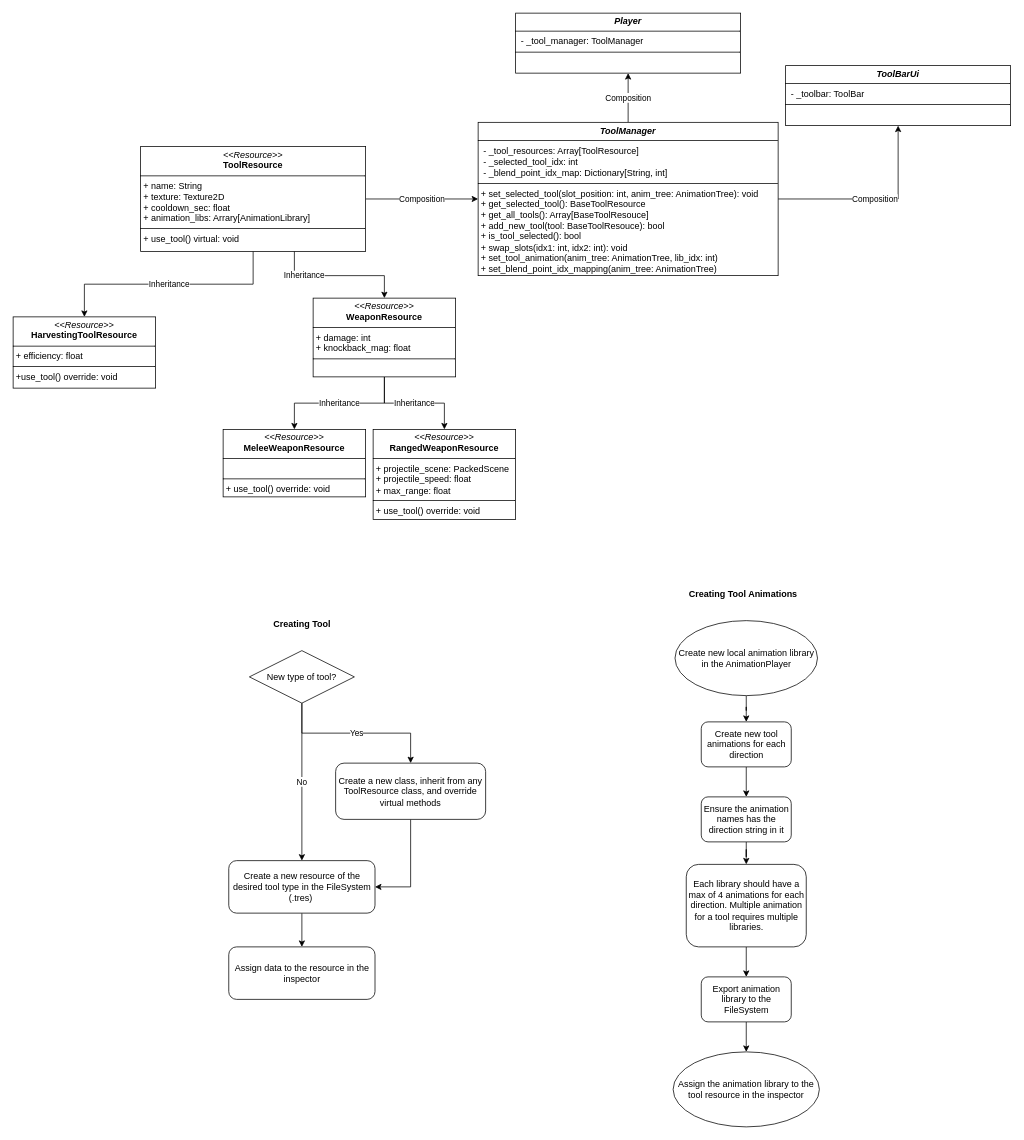
This is Diagrams/ToolManager.drawio from duncannvan/VanadelFrontier, a draw.io file, before an edit. Source tidied: cells renumbered, new cells numbered last; positions are measured from the earlier drawing's top-left corner, leaving out a move shared by most shapes. Both pictures are drawn from the tidied source at 75%, with x=0, y=0 at pixel (13, 13).
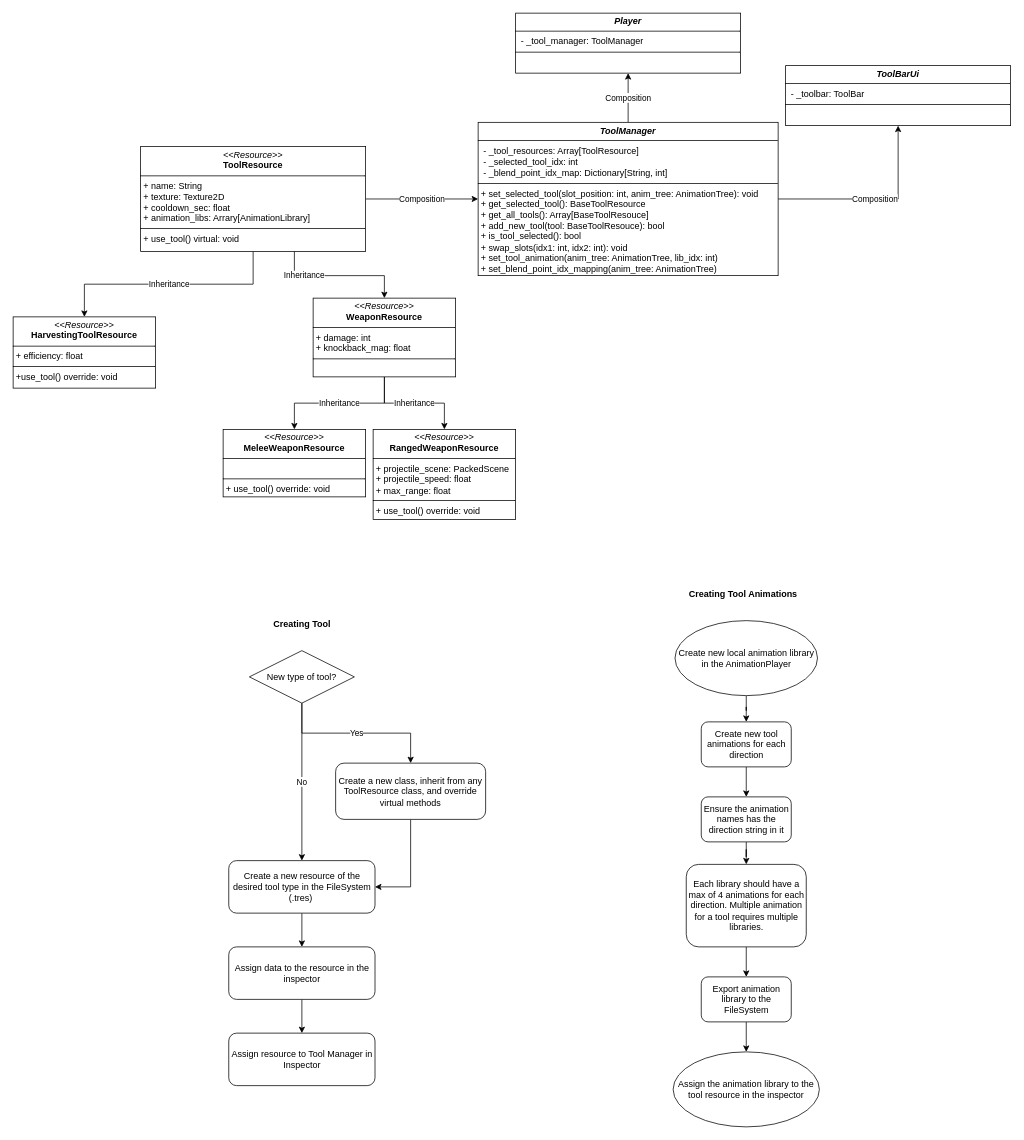
After the change.

The change refers to these unchanged cells:
```xml
<mxCell id="36" value="Assign data to the resource in the inspector" style="rounded=1;whiteSpace=wrap;html=1;" parent="1" vertex="1">
  <mxGeometry x="287.5" y="1245" width="195" height="70" as="geometry" />
</mxCell>
```

Change to the diagram source:
```diff
@@
+    <mxCell id="38" style="edgeStyle=orthogonalEdgeStyle;rounded=0;jettySize=auto;html=1;" parent="1" edge="1" source="36" target="39">
+      <mxGeometry relative="1" as="geometry" />
+    </mxCell>
@@
+    <mxCell id="39" value="Assign resource to Tool Manager in Inspector" style="rounded=1;whiteSpace=wrap;html=1;" parent="1" vertex="1">
+      <mxGeometry x="287.5" y="1360" width="195" height="70" as="geometry" />
+    </mxCell>
```
